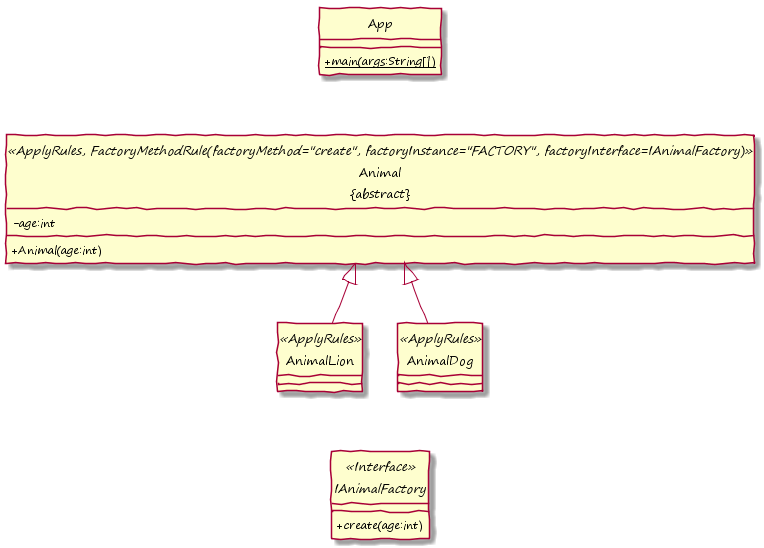
KirstenZa/xtend-etai keeps this PlantUML diagram as images/PlantUML_Adaption_Factory_Class_In.png. Above is the earlier version.
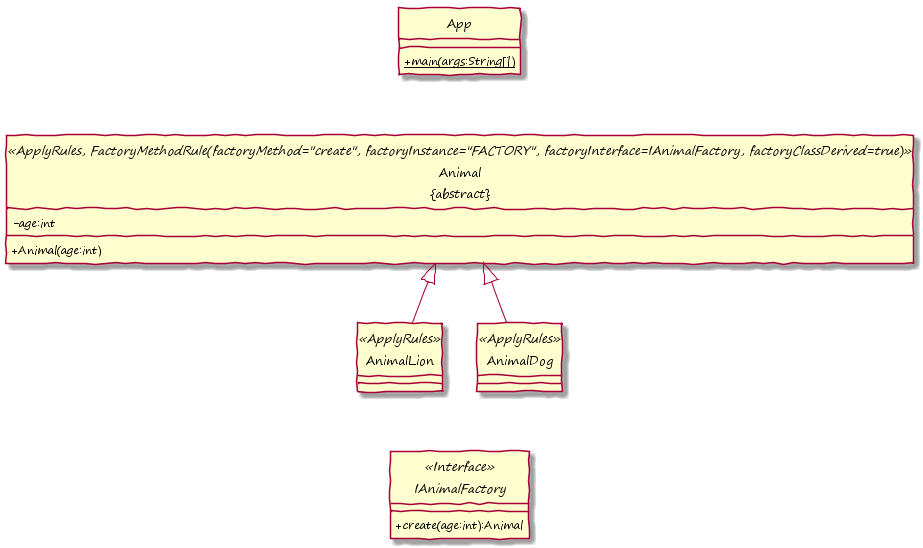
The same diagram one commit later.

The edit, as a diff of the source:
```diff
@@ -11,10 +11,10 @@
 }
 
 interface IAnimalFactory <<Interface>> {
-	+create(age:int)
+	+create(age:int):Animal
 }
 
-class "Animal\n&#123;abstract&#125;" as Animal <<ApplyRules, FactoryMethodRule(factoryMethod="create", factoryInstance="FACTORY", factoryInterface=IAnimalFactory)>> {
+class "Animal\n&#123;abstract&#125;" as Animal <<ApplyRules, FactoryMethodRule(factoryMethod="create", factoryInstance="FACTORY", factoryInterface=IAnimalFactory, factoryClassDerived=true)>> {
 	-age:int
 	+Animal(age:int)
 }
```
